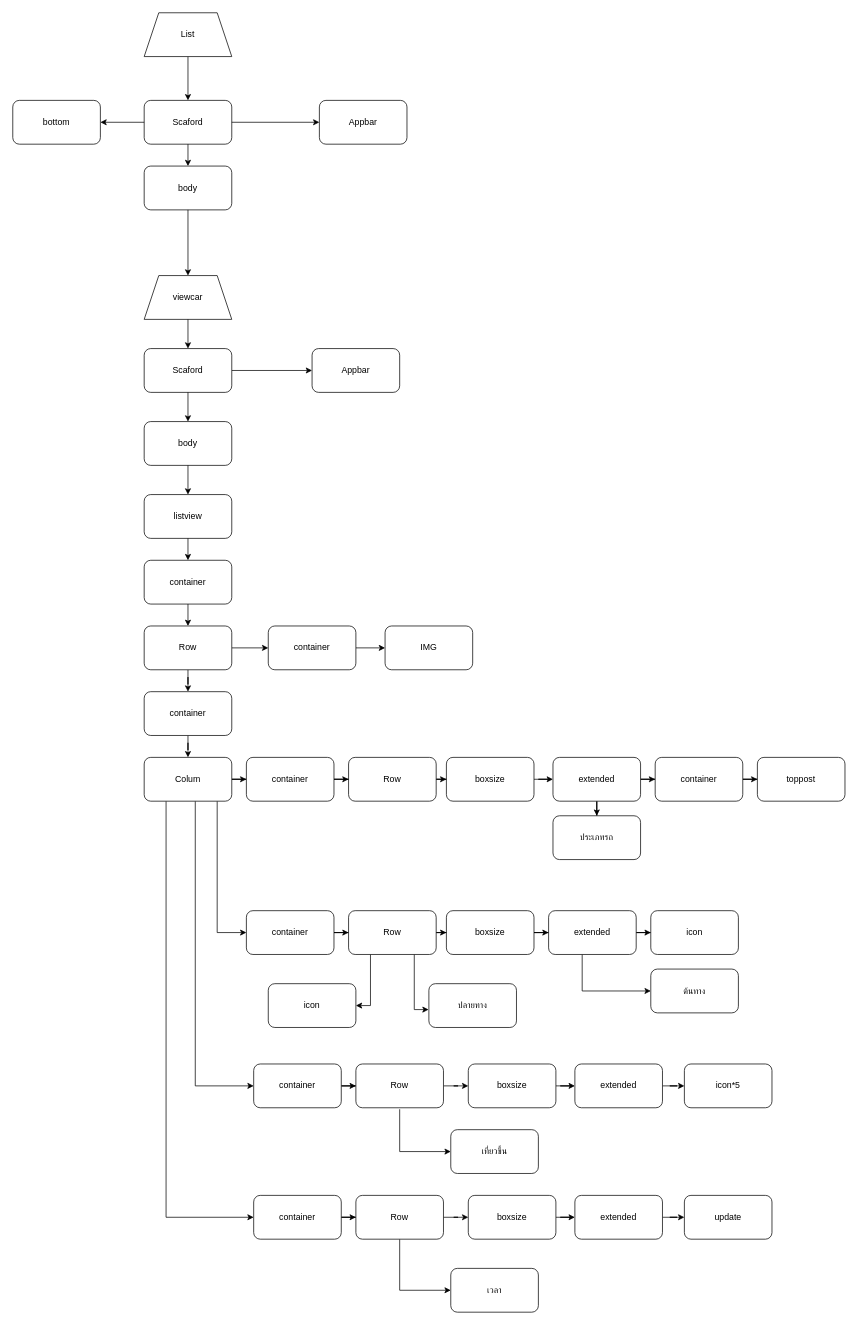
jiwliw/freeit keeps this draw.io diagram as transportth.drawio. Above is the earlier version. Source tidied: cells renumbered, new cells numbered last; positions are measured from the earlier drawing's top-left corner, leaving out a move shared by most shapes. Both pictures are drawn from the tidied source at 73%, with x=0, y=0 at pixel (12, 12).
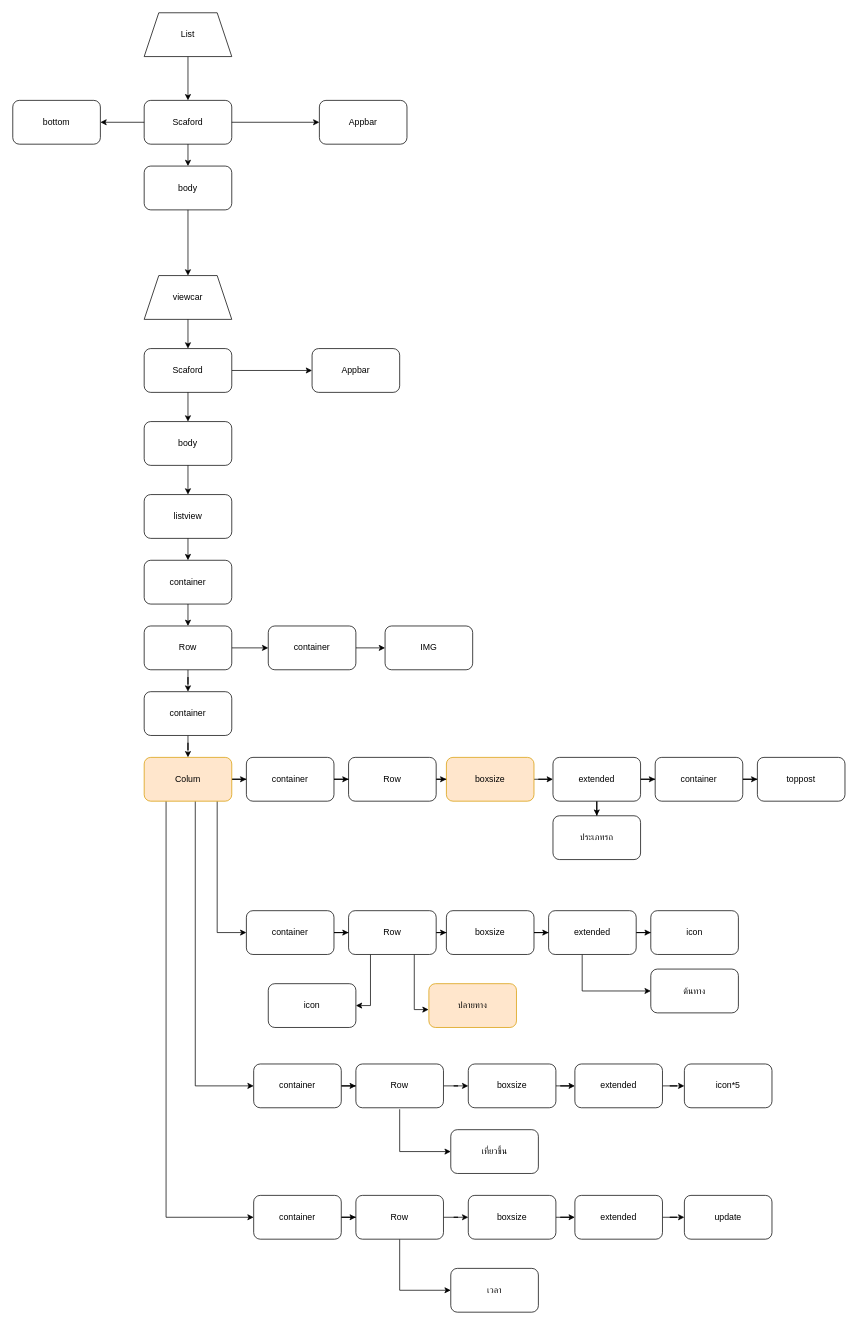
The same page after the edit.

Change to the diagram source:
```diff
@@
-    <mxCell id="33" value="boxsize" style="rounded=1;whiteSpace=wrap;html=1;" parent="1" vertex="1">
+    <mxCell id="33" value="boxsize" style="rounded=1;whiteSpace=wrap;html=1;fillColor=#ffe6cc;strokeColor=#d79b00;" parent="1" vertex="1">
       <mxGeometry x="594" y="1020" width="120" height="60" as="geometry" />
     </mxCell>
@@
-    <mxCell id="45" value="Colum" style="rounded=1;whiteSpace=wrap;html=1;" parent="1" vertex="1">
+    <mxCell id="45" value="Colum" style="rounded=1;whiteSpace=wrap;html=1;fillColor=#ffe6cc;strokeColor=#d79b00;" parent="1" vertex="1">
       <mxGeometry x="180" y="1020" width="120" height="60" as="geometry" />
     </mxCell>
@@
-    <mxCell id="59" value="ปลายทาง" style="rounded=1;whiteSpace=wrap;html=1;" parent="1" vertex="1">
+    <mxCell id="59" value="ปลายทาง" style="rounded=1;whiteSpace=wrap;html=1;fillColor=#ffe6cc;strokeColor=#d79b00;" parent="1" vertex="1">
       <mxGeometry x="570" y="1330" width="120" height="60" as="geometry" />
     </mxCell>
```
